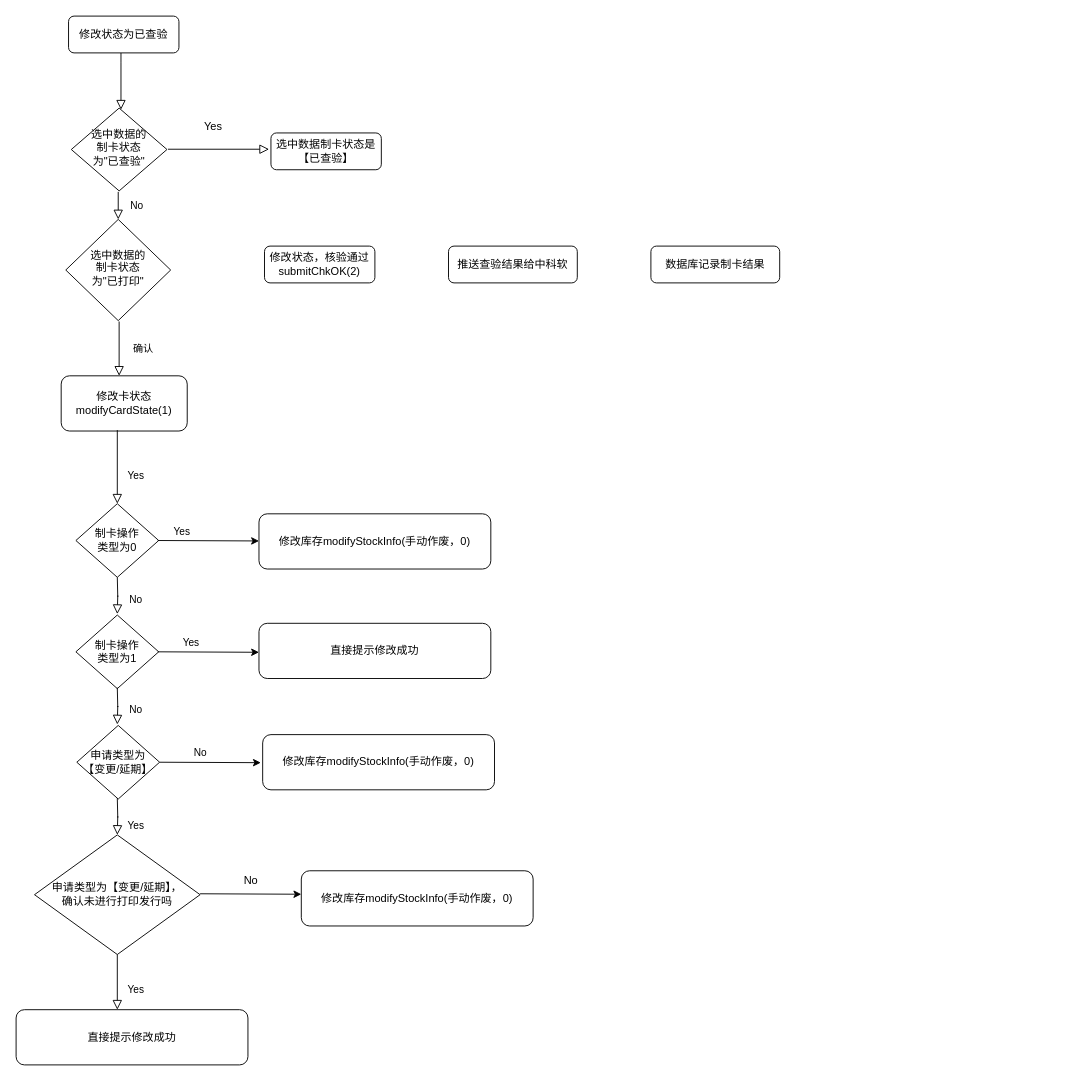
The draw.io diagram 修改为已查验流程 .drawio in plummylilin/git_learning, before the edit. Source tidied: cells renumbered, new cells numbered last; positions are measured from the earlier drawing's top-left corner, leaving out a move shared by most shapes. Both pictures are drawn from the tidied source at 92%, with x=0, y=0 at pixel (16, 16).
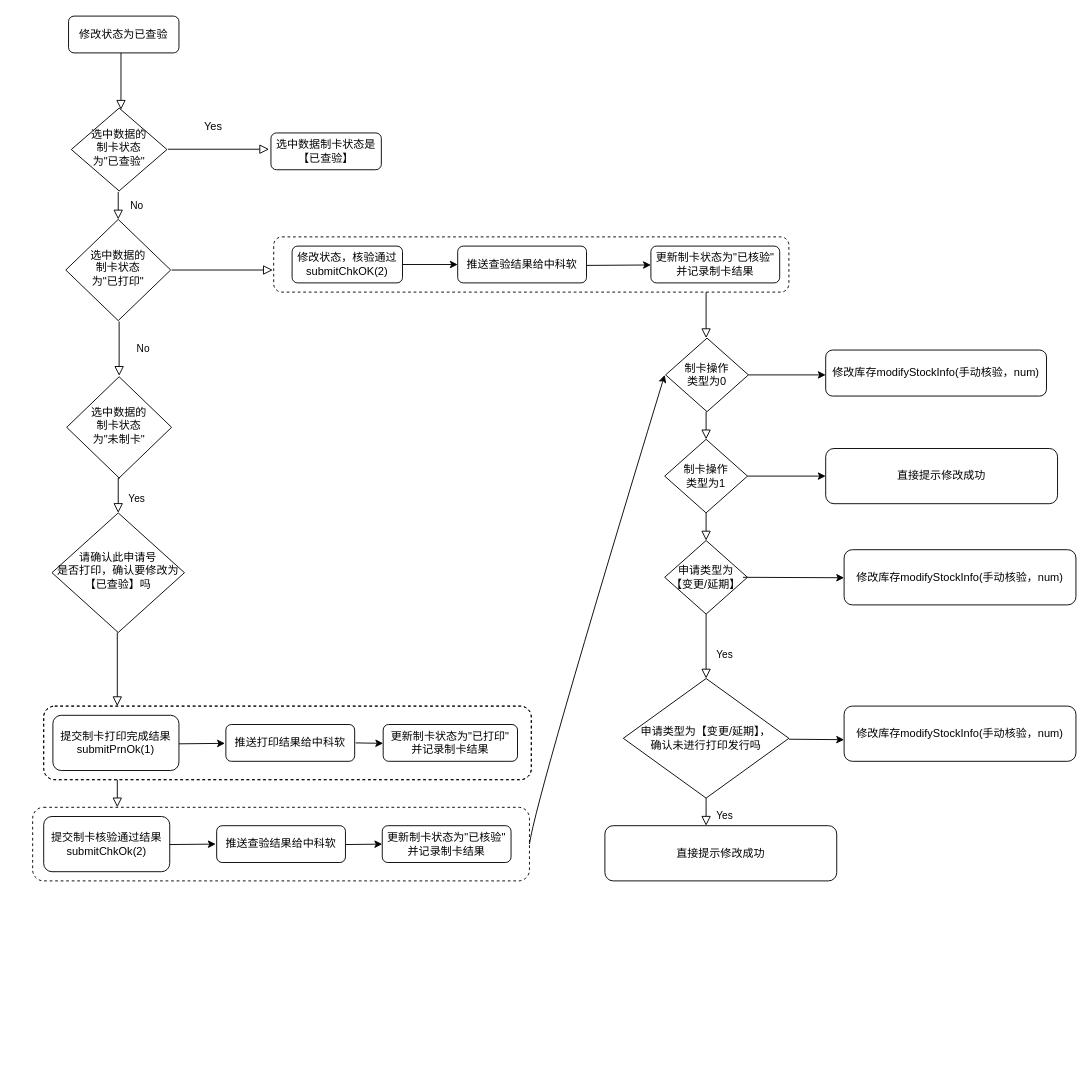
The same diagram, later.

Commit message:
更新修改为已查验流程 .drawio

The edit, as a diff of the source:
```diff
@@
+    <mxCell id="37" style="rounded=1;whiteSpace=wrap;html=1;fillColor=none;dashed=1;" parent="1" vertex="1">
+      <mxGeometry x="18" y="860" width="540" height="80" as="geometry" />
+    </mxCell>
+    <mxCell id="38" style="rounded=1;whiteSpace=wrap;html=1;fillColor=none;dashed=1;" parent="1" vertex="1">
+      <mxGeometry x="30" y="750" width="530" height="80" as="geometry" />
+    </mxCell>
+    <mxCell id="39" style="rounded=1;whiteSpace=wrap;html=1;fillColor=none;dashed=1;" parent="1" vertex="1">
+      <mxGeometry x="30" y="750" width="530" height="80" as="geometry" />
+    </mxCell>
+    <mxCell id="40" style="rounded=1;whiteSpace=wrap;html=1;fillColor=none;dashed=1;" parent="1" vertex="1">
+      <mxGeometry x="280" y="240" width="560" height="60" as="geometry" />
+    </mxCell>
@@
-    <mxCell id="10" value="确认" style="rounded=0;html=1;jettySize=auto;orthogonalLoop=1;fontSize=11;endArrow=block;endFill=0;endSize=8;strokeWidth=1;shadow=0;labelBackgroundColor=none;edgeStyle=orthogonalEdgeStyle;" parent="1" edge="1">
+    <mxCell id="10" value="No" style="rounded=0;html=1;jettySize=auto;orthogonalLoop=1;fontSize=11;endArrow=block;endFill=0;endSize=8;strokeWidth=1;shadow=0;labelBackgroundColor=none;edgeStyle=orthogonalEdgeStyle;" parent="1" edge="1">
       <mxGeometry x="0.02" y="26" relative="1" as="geometry">
         <mxPoint x="112" y="332" as="sourcePoint" />
         <mxPoint x="112" y="391" as="targetPoint" />
       </mxGeometry>
     </mxCell>
-    <mxCell id="11" value="修改卡状态modifyCardState(1)" style="rounded=1;whiteSpace=wrap;html=1;fontSize=12;glass=0;strokeWidth=1;shadow=0;" parent="1" vertex="1">
-      <mxGeometry x="49" y="391" width="137" height="60" as="geometry" />
-    </mxCell>
-    <mxCell id="12" value="制卡操作&lt;br&gt;类型为0" style="rhombus;whiteSpace=wrap;html=1;" parent="1" vertex="1">
-      <mxGeometry x="65" y="530" width="90" height="80" as="geometry" />
-    </mxCell>
-    <mxCell id="13" value="Yes" style="rounded=0;html=1;jettySize=auto;orthogonalLoop=1;fontSize=11;endArrow=block;endFill=0;endSize=8;strokeWidth=1;shadow=0;labelBackgroundColor=none;edgeStyle=orthogonalEdgeStyle;" parent="1" edge="1">
-      <mxGeometry x="0.25" y="20" relative="1" as="geometry">
-        <mxPoint x="110" y="450" as="sourcePoint" />
-        <mxPoint x="110" y="530" as="targetPoint" />
-      </mxGeometry>
-    </mxCell>
-    <mxCell id="14" value="修改库存modifyStockInfo(手动作废，0)" style="rounded=1;whiteSpace=wrap;html=1;fontSize=12;glass=0;strokeWidth=1;shadow=0;" parent="1" vertex="1">
-      <mxGeometry x="264" y="541" width="252" height="60" as="geometry" />
-    </mxCell>
-    <mxCell id="15" value="制卡操作&lt;br&gt;类型为1" style="rhombus;whiteSpace=wrap;html=1;" parent="1" vertex="1">
-      <mxGeometry x="65" y="651" width="90" height="80" as="geometry" />
-    </mxCell>
-    <mxCell id="16" value="直接提示修改成功" style="rounded=1;whiteSpace=wrap;html=1;fontSize=12;glass=0;strokeWidth=1;shadow=0;" parent="1" vertex="1">
-      <mxGeometry x="264" y="660" width="252" height="60" as="geometry" />
-    </mxCell>
-    <mxCell id="17" value="申请类型为&lt;br&gt;【变更/延期】" style="rhombus;whiteSpace=wrap;html=1;" parent="1" vertex="1">
-      <mxGeometry x="66" y="771" width="90" height="80" as="geometry" />
-    </mxCell>
-    <mxCell id="18" value="修改库存modifyStockInfo(手动作废，0)" style="rounded=1;whiteSpace=wrap;html=1;fontSize=12;glass=0;strokeWidth=1;shadow=0;" parent="1" vertex="1">
-      <mxGeometry x="268" y="781" width="252" height="60" as="geometry" />
-    </mxCell>
-    <mxCell id="19" value="申请类型为【变更/延期】，&lt;br&gt;确认未进行打印发行吗" style="rhombus;whiteSpace=wrap;html=1;" parent="1" vertex="1">
-      <mxGeometry x="20" y="890" width="180" height="130" as="geometry" />
-    </mxCell>
-    <mxCell id="20" value="修改库存modifyStockInfo(手动作废，0)" style="rounded=1;whiteSpace=wrap;html=1;fontSize=12;glass=0;strokeWidth=1;shadow=0;" parent="1" vertex="1">
-      <mxGeometry x="310" y="929" width="252" height="60" as="geometry" />
-    </mxCell>
-    <mxCell id="21" value="No" style="rounded=0;html=1;jettySize=auto;orthogonalLoop=1;fontSize=11;endArrow=block;endFill=0;endSize=8;strokeWidth=1;shadow=0;labelBackgroundColor=none;edgeStyle=orthogonalEdgeStyle;" parent="1" edge="1">
-      <mxGeometry x="0.25" y="20" relative="1" as="geometry">
-        <mxPoint x="110" y="610" as="sourcePoint" />
-        <mxPoint x="110" y="650" as="targetPoint" />
-      </mxGeometry>
-    </mxCell>
-    <mxCell id="22" value="No" style="rounded=0;html=1;jettySize=auto;orthogonalLoop=1;fontSize=11;endArrow=block;endFill=0;endSize=8;strokeWidth=1;shadow=0;labelBackgroundColor=none;edgeStyle=orthogonalEdgeStyle;" parent="1" edge="1">
-      <mxGeometry x="0.25" y="20" relative="1" as="geometry">
-        <mxPoint x="110" y="730" as="sourcePoint" />
-        <mxPoint x="110" y="770" as="targetPoint" />
-      </mxGeometry>
-    </mxCell>
-    <mxCell id="23" value="Yes" style="rounded=0;html=1;jettySize=auto;orthogonalLoop=1;fontSize=11;endArrow=block;endFill=0;endSize=8;strokeWidth=1;shadow=0;labelBackgroundColor=none;edgeStyle=orthogonalEdgeStyle;" parent="1" edge="1">
-      <mxGeometry x="0.5" y="20" relative="1" as="geometry">
-        <mxPoint x="110" y="850" as="sourcePoint" />
-        <mxPoint x="110" y="890" as="targetPoint" />
-      </mxGeometry>
-    </mxCell>
-    <mxCell id="24" style="endArrow=classic;html=1;" parent="1" edge="1">
-      <mxGeometry relative="1" as="geometry">
-        <mxPoint x="154" y="570" as="sourcePoint" />
-        <mxPoint x="264" y="570.5" as="targetPoint" />
-      </mxGeometry>
-    </mxCell>
-    <mxCell id="25" value="Yes" style="edgeLabel;html=1;align=center;verticalAlign=middle;" parent="24" vertex="1">
-      <mxGeometry x="-0.53" y="-2" relative="1" as="geometry">
-        <mxPoint y="-12.1" as="offset" />
-      </mxGeometry>
-    </mxCell>
-    <mxCell id="26" value="Yes" style="edgeLabel;html=1;align=center;verticalAlign=middle;" parent="24" vertex="1">
-      <mxGeometry x="-0.53" y="-2" relative="1" as="geometry">
-        <mxPoint x="10" y="107.9" as="offset" />
-      </mxGeometry>
-    </mxCell>
-    <mxCell id="27" value="No" style="edgeLabel;html=1;align=center;verticalAlign=middle;" parent="24" vertex="1">
-      <mxGeometry x="-0.53" y="-2" relative="1" as="geometry">
-        <mxPoint x="20" y="227.9" as="offset" />
-      </mxGeometry>
-    </mxCell>
-    <mxCell id="28" style="endArrow=classic;html=1;" parent="1" edge="1">
-      <mxGeometry relative="1" as="geometry">
-        <mxPoint x="154" y="691" as="sourcePoint" />
-        <mxPoint x="264" y="691.5" as="targetPoint" />
-      </mxGeometry>
-    </mxCell>
-    <mxCell id="29" style="endArrow=classic;html=1;" parent="1" edge="1">
-      <mxGeometry relative="1" as="geometry">
-        <mxPoint x="156" y="811" as="sourcePoint" />
-        <mxPoint x="266" y="811.5" as="targetPoint" />
-      </mxGeometry>
-    </mxCell>
-    <mxCell id="30" style="endArrow=classic;html=1;" parent="1" edge="1">
-      <mxGeometry relative="1" as="geometry">
-        <mxPoint x="200" y="954" as="sourcePoint" />
-        <mxPoint x="310" y="954.5" as="targetPoint" />
-      </mxGeometry>
-    </mxCell>
-    <mxCell id="31" value="No" style="text;html=1;align=center;verticalAlign=middle;" parent="1" vertex="1">
-      <mxGeometry x="240" y="930" width="30" height="20" as="geometry" />
-    </mxCell>
-    <mxCell id="32" value="Yes" style="rounded=0;html=1;jettySize=auto;orthogonalLoop=1;fontSize=11;endArrow=block;endFill=0;endSize=8;strokeWidth=1;shadow=0;labelBackgroundColor=none;edgeStyle=orthogonalEdgeStyle;" parent="1" edge="1">
-      <mxGeometry x="0.25" y="20" relative="1" as="geometry">
-        <mxPoint x="110" y="1020" as="sourcePoint" />
-        <mxPoint x="110" y="1080" as="targetPoint" />
-      </mxGeometry>
-    </mxCell>
-    <mxCell id="33" value="直接提示修改成功" style="rounded=1;whiteSpace=wrap;html=1;fontSize=12;glass=0;strokeWidth=1;shadow=0;" parent="1" vertex="1">
-      <mxGeometry y="1080" width="252" height="60" as="geometry" />
-    </mxCell>
     <mxCell id="34" value="修改状态，核验通过&lt;br&gt;submitChkOK(2)" style="rounded=1;whiteSpace=wrap;html=1;fontSize=12;glass=0;strokeWidth=1;shadow=0;" parent="1" vertex="1">
-      <mxGeometry x="270" y="250" width="120" height="40" as="geometry" />
+      <mxGeometry x="300" y="250" width="120" height="40" as="geometry" />
     </mxCell>
     <mxCell id="35" value="推送查验结果给中科软" style="rounded=1;whiteSpace=wrap;html=1;fontSize=12;glass=0;strokeWidth=1;shadow=0;" parent="1" vertex="1">
-      <mxGeometry x="470" y="250" width="140" height="40" as="geometry" />
+      <mxGeometry x="480" y="250" width="140" height="40" as="geometry" />
     </mxCell>
-    <mxCell id="36" value="&lt;span&gt;数据库记录制卡结果&lt;/span&gt;" style="rounded=1;whiteSpace=wrap;html=1;fontSize=12;glass=0;strokeWidth=1;shadow=0;" parent="1" vertex="1">
+    <mxCell id="36" value="更新制卡状态为&quot;已核验&quot;&lt;br&gt;并记录制卡结果" style="rounded=1;whiteSpace=wrap;html=1;fontSize=12;glass=0;strokeWidth=1;shadow=0;" parent="1" vertex="1">
       <mxGeometry x="690" y="250" width="140" height="40" as="geometry" />
     </mxCell>
+    <mxCell id="12" value="制卡操作&lt;br&gt;类型为0" style="rhombus;whiteSpace=wrap;html=1;" parent="1" vertex="1">
+      <mxGeometry x="706" y="350" width="90" height="80" as="geometry" />
+    </mxCell>
+    <mxCell id="41" value="修改库存modifyStockInfo(手动核验，num)" style="rounded=1;whiteSpace=wrap;html=1;fontSize=12;glass=0;strokeWidth=1;shadow=0;" parent="1" vertex="1">
+      <mxGeometry x="880" y="363" width="240" height="50" as="geometry" />
+    </mxCell>
+    <mxCell id="15" value="制卡操作&lt;br&gt;类型为1" style="rhombus;whiteSpace=wrap;html=1;" parent="1" vertex="1">
+      <mxGeometry x="705" y="460" width="90" height="80" as="geometry" />
+    </mxCell>
+    <mxCell id="42" value="直接提示修改成功" style="rounded=1;whiteSpace=wrap;html=1;fontSize=12;glass=0;strokeWidth=1;shadow=0;" parent="1" vertex="1">
+      <mxGeometry x="880" y="470" width="252" height="60" as="geometry" />
+    </mxCell>
+    <mxCell id="17" value="申请类型为&lt;br&gt;【变更/延期】" style="rhombus;whiteSpace=wrap;html=1;" parent="1" vertex="1">
+      <mxGeometry x="705" y="570" width="90" height="80" as="geometry" />
+    </mxCell>
+    <mxCell id="43" value="修改库存modifyStockInfo(手动核验，num)" style="rounded=1;whiteSpace=wrap;html=1;fontSize=12;glass=0;strokeWidth=1;shadow=0;" parent="1" vertex="1">
+      <mxGeometry x="900" y="580" width="252" height="60" as="geometry" />
+    </mxCell>
+    <mxCell id="19" value="申请类型为【变更/延期】，&lt;br&gt;确认未进行打印发行吗" style="rhombus;whiteSpace=wrap;html=1;" parent="1" vertex="1">
+      <mxGeometry x="660" y="720" width="180" height="130" as="geometry" />
+    </mxCell>
+    <mxCell id="44" value="修改库存modifyStockInfo(手动核验，num)" style="rounded=1;whiteSpace=wrap;html=1;fontSize=12;glass=0;strokeWidth=1;shadow=0;" parent="1" vertex="1">
+      <mxGeometry x="900" y="750" width="252" height="60" as="geometry" />
+    </mxCell>
+    <mxCell id="45" value="直接提示修改成功" style="rounded=1;whiteSpace=wrap;html=1;fontSize=12;glass=0;strokeWidth=1;shadow=0;" parent="1" vertex="1">
+      <mxGeometry x="640" y="880" width="252" height="60" as="geometry" />
+    </mxCell>
+    <mxCell id="46" value="选中数据的&lt;br&gt;制卡状态&lt;br&gt;为&quot;未制卡&quot;" style="rhombus;whiteSpace=wrap;html=1;shadow=0;fontFamily=Helvetica;fontSize=12;align=center;strokeWidth=1;spacing=6;spacingTop=-4;" parent="1" vertex="1">
+      <mxGeometry x="55" y="392" width="114" height="110" as="geometry" />
+    </mxCell>
+    <mxCell id="47" value="请确认此申请号&lt;br&gt;是否打印，确认要修改为【已查验】吗" style="rhombus;whiteSpace=wrap;html=1;shadow=0;fontFamily=Helvetica;fontSize=12;align=center;strokeWidth=1;spacing=6;spacingTop=-4;" parent="1" vertex="1">
+      <mxGeometry x="39" y="540" width="144" height="130" as="geometry" />
+    </mxCell>
+    <mxCell id="48" value="提交制卡打印完成结果submitPrnOk(1)" style="rounded=1;whiteSpace=wrap;html=1;fontSize=12;glass=0;strokeWidth=1;shadow=0;" parent="1" vertex="1">
+      <mxGeometry x="40" y="760" width="137" height="60" as="geometry" />
+    </mxCell>
+    <mxCell id="49" value="推送打印结果给中科软" style="rounded=1;whiteSpace=wrap;html=1;fontSize=12;glass=0;strokeWidth=1;shadow=0;" parent="1" vertex="1">
+      <mxGeometry x="228" y="770" width="140" height="40" as="geometry" />
+    </mxCell>
+    <mxCell id="50" value="&lt;span&gt;更新制卡状态为&quot;已打印&quot;&lt;br&gt;并记录制卡结果&lt;/span&gt;" style="rounded=1;whiteSpace=wrap;html=1;fontSize=12;glass=0;strokeWidth=1;shadow=0;" parent="1" vertex="1">
+      <mxGeometry x="399" y="770" width="146" height="40" as="geometry" />
+    </mxCell>
+    <mxCell id="51" value="提交制卡核验通过结果submitChkOk(2)" style="rounded=1;whiteSpace=wrap;html=1;fontSize=12;glass=0;strokeWidth=1;shadow=0;" parent="1" vertex="1">
+      <mxGeometry x="30" y="870" width="137" height="60" as="geometry" />
+    </mxCell>
+    <mxCell id="52" value="推送查验结果给中科软" style="rounded=1;whiteSpace=wrap;html=1;fontSize=12;glass=0;strokeWidth=1;shadow=0;" parent="1" vertex="1">
+      <mxGeometry x="218" y="880" width="140" height="40" as="geometry" />
+    </mxCell>
+    <mxCell id="53" value="更新制卡状态为&quot;已核验&quot;&lt;br&gt;并记录制卡结果" style="rounded=1;whiteSpace=wrap;html=1;fontSize=12;glass=0;strokeWidth=1;shadow=0;" parent="1" vertex="1">
+      <mxGeometry x="398" y="880" width="140" height="40" as="geometry" />
+    </mxCell>
+    <mxCell id="54" style="edgeStyle=orthogonalEdgeStyle;rounded=0;html=1;jettySize=auto;orthogonalLoop=1;fontSize=11;endArrow=block;endFill=0;endSize=8;strokeWidth=1;shadow=0;labelBackgroundColor=none;" parent="1" edge="1">
+      <mxGeometry x="0.27" y="30" relative="1" as="geometry">
+        <mxPoint x="169" y="276" as="sourcePoint" />
+        <mxPoint x="279" y="276" as="targetPoint" />
+      </mxGeometry>
+    </mxCell>
+    <mxCell id="55" style="endArrow=classic;html=1;" parent="1" edge="1" source="34">
+      <mxGeometry relative="1" as="geometry">
+        <mxPoint x="480" y="270" as="targetPoint" />
+      </mxGeometry>
+    </mxCell>
+    <mxCell id="56" style="endArrow=classic;html=1;" parent="1" edge="1">
+      <mxGeometry relative="1" as="geometry">
+        <mxPoint x="620" y="271" as="sourcePoint" />
+        <mxPoint x="690" y="270.5" as="targetPoint" />
+      </mxGeometry>
+    </mxCell>
+    <mxCell id="57" value="Yes" style="rounded=0;html=1;jettySize=auto;orthogonalLoop=1;fontSize=11;endArrow=block;endFill=0;endSize=8;strokeWidth=1;shadow=0;labelBackgroundColor=none;edgeStyle=orthogonalEdgeStyle;exitX=0.5;exitY=1;exitDx=0;exitDy=0;" parent="1" edge="1">
+      <mxGeometry x="0.25" y="20" relative="1" as="geometry">
+        <mxPoint x="113" y="502" as="sourcePoint" />
+        <mxPoint x="111" y="540" as="targetPoint" />
+      </mxGeometry>
+    </mxCell>
+    <mxCell id="58" style="endArrow=classic;html=1;" parent="1" edge="1">
+      <mxGeometry relative="1" as="geometry">
+        <mxPoint x="177" y="791" as="sourcePoint" />
+        <mxPoint x="227" y="790.5" as="targetPoint" />
+      </mxGeometry>
+    </mxCell>
+    <mxCell id="59" style="endArrow=classic;html=1;" parent="1" edge="1">
+      <mxGeometry relative="1" as="geometry">
+        <mxPoint x="369" y="790" as="sourcePoint" />
+        <mxPoint x="399" y="790.5" as="targetPoint" />
+      </mxGeometry>
+    </mxCell>
+    <mxCell id="60" style="endArrow=classic;html=1;" parent="1" edge="1">
+      <mxGeometry relative="1" as="geometry">
+        <mxPoint x="167" y="900.5" as="sourcePoint" />
+        <mxPoint x="217" y="900" as="targetPoint" />
+      </mxGeometry>
+    </mxCell>
+    <mxCell id="61" style="endArrow=classic;html=1;" parent="1" edge="1">
+      <mxGeometry relative="1" as="geometry">
+        <mxPoint x="358" y="900.5" as="sourcePoint" />
+        <mxPoint x="398" y="900" as="targetPoint" />
+      </mxGeometry>
+    </mxCell>
+    <mxCell id="62" style="rounded=0;html=1;jettySize=auto;orthogonalLoop=1;fontSize=11;endArrow=block;endFill=0;endSize=8;strokeWidth=1;shadow=0;labelBackgroundColor=none;edgeStyle=orthogonalEdgeStyle;" parent="1" edge="1">
+      <mxGeometry x="0.25" y="20" relative="1" as="geometry">
+        <mxPoint x="110" y="670" as="sourcePoint" />
+        <mxPoint x="110" y="750" as="targetPoint" />
+      </mxGeometry>
+    </mxCell>
+    <mxCell id="63" style="rounded=0;html=1;jettySize=auto;orthogonalLoop=1;fontSize=11;endArrow=block;endFill=0;endSize=8;strokeWidth=1;shadow=0;labelBackgroundColor=none;edgeStyle=orthogonalEdgeStyle;" parent="1" edge="1">
+      <mxGeometry x="0.25" y="20" relative="1" as="geometry">
+        <mxPoint x="110" y="830" as="sourcePoint" />
+        <mxPoint x="110" y="860" as="targetPoint" />
+      </mxGeometry>
+    </mxCell>
+    <mxCell id="64" style="rounded=0;html=1;jettySize=auto;orthogonalLoop=1;fontSize=11;endArrow=block;endFill=0;endSize=8;strokeWidth=1;shadow=0;labelBackgroundColor=none;edgeStyle=orthogonalEdgeStyle;" parent="1" edge="1">
+      <mxGeometry x="0.2" y="30" relative="1" as="geometry">
+        <mxPoint x="750" y="300" as="sourcePoint" />
+        <mxPoint x="750" y="350" as="targetPoint" />
+      </mxGeometry>
+    </mxCell>
+    <mxCell id="65" style="rounded=0;html=1;jettySize=auto;orthogonalLoop=1;fontSize=11;endArrow=block;endFill=0;endSize=8;strokeWidth=1;shadow=0;labelBackgroundColor=none;edgeStyle=orthogonalEdgeStyle;" parent="1" edge="1">
+      <mxGeometry x="0.2" y="30" relative="1" as="geometry">
+        <mxPoint x="750" y="430" as="sourcePoint" />
+        <mxPoint x="750" y="460" as="targetPoint" />
+      </mxGeometry>
+    </mxCell>
+    <mxCell id="66" style="rounded=0;html=1;jettySize=auto;orthogonalLoop=1;fontSize=11;endArrow=block;endFill=0;endSize=8;strokeWidth=1;shadow=0;labelBackgroundColor=none;edgeStyle=orthogonalEdgeStyle;" parent="1" edge="1">
+      <mxGeometry x="0.2" y="30" relative="1" as="geometry">
+        <mxPoint x="750" y="540" as="sourcePoint" />
+        <mxPoint x="750" y="570" as="targetPoint" />
+      </mxGeometry>
+    </mxCell>
+    <mxCell id="67" value="Yes" style="rounded=0;html=1;jettySize=auto;orthogonalLoop=1;fontSize=11;endArrow=block;endFill=0;endSize=8;strokeWidth=1;shadow=0;labelBackgroundColor=none;edgeStyle=orthogonalEdgeStyle;" parent="1" edge="1">
+      <mxGeometry x="0.25" y="20" relative="1" as="geometry">
+        <mxPoint x="750" y="650" as="sourcePoint" />
+        <mxPoint x="750" y="720" as="targetPoint" />
+      </mxGeometry>
+    </mxCell>
+    <mxCell id="68" value="Yes" style="rounded=0;html=1;jettySize=auto;orthogonalLoop=1;fontSize=11;endArrow=block;endFill=0;endSize=8;strokeWidth=1;shadow=0;labelBackgroundColor=none;edgeStyle=orthogonalEdgeStyle;" parent="1" edge="1">
+      <mxGeometry x="0.25" y="20" relative="1" as="geometry">
+        <mxPoint x="750" y="850" as="sourcePoint" />
+        <mxPoint x="750" y="880" as="targetPoint" />
+      </mxGeometry>
+    </mxCell>
+    <mxCell id="69" style="endArrow=classic;html=1;" parent="1" edge="1" source="12">
+      <mxGeometry relative="1" as="geometry">
+        <mxPoint x="880" y="390" as="targetPoint" />
+      </mxGeometry>
+    </mxCell>
+    <mxCell id="70" style="endArrow=classic;html=1;" parent="1" edge="1" source="15">
+      <mxGeometry relative="1" as="geometry">
+        <mxPoint x="880" y="500" as="targetPoint" />
+      </mxGeometry>
+    </mxCell>
+    <mxCell id="71" style="endArrow=classic;html=1;" parent="1" edge="1">
+      <mxGeometry relative="1" as="geometry">
+        <mxPoint x="790" y="610" as="sourcePoint" />
+        <mxPoint x="900" y="610.5" as="targetPoint" />
+      </mxGeometry>
+    </mxCell>
+    <mxCell id="72" style="endArrow=classic;html=1;" parent="1" edge="1">
+      <mxGeometry relative="1" as="geometry">
+        <mxPoint x="840" y="786" as="sourcePoint" />
+        <mxPoint x="900" y="786.5" as="targetPoint" />
+      </mxGeometry>
+    </mxCell>
+    <mxCell id="73" style="curved=1;endArrow=classic;html=1;" parent="1" edge="1">
+      <mxGeometry relative="1" as="geometry">
+        <mxPoint x="558" y="900" as="sourcePoint" />
+        <mxPoint x="705" y="390" as="targetPoint" />
+        <Array as="points">
+          <mxPoint x="565" y="850" />
+        </Array>
+      </mxGeometry>
+    </mxCell>
```
